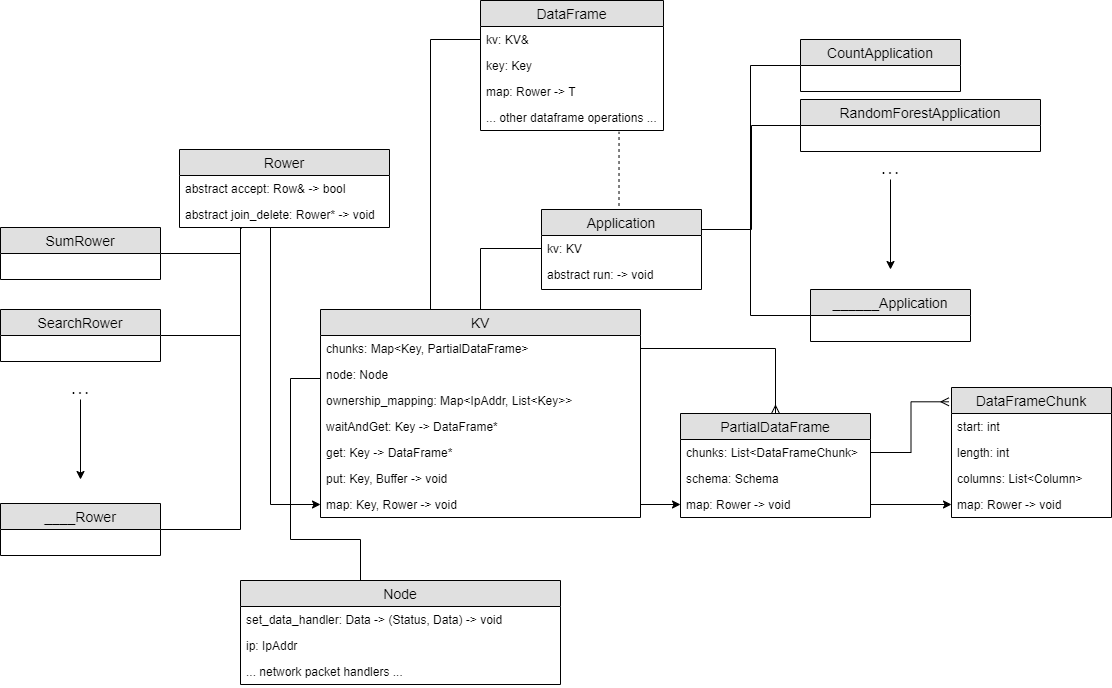
Above: report/diagram.png in grahamwren/cs4500-project (draw.io), before the change. Source tidied: cells renumbered, new cells last; positions are measured from the earlier drawing's top-left corner, leaving out a move shared by most shapes.
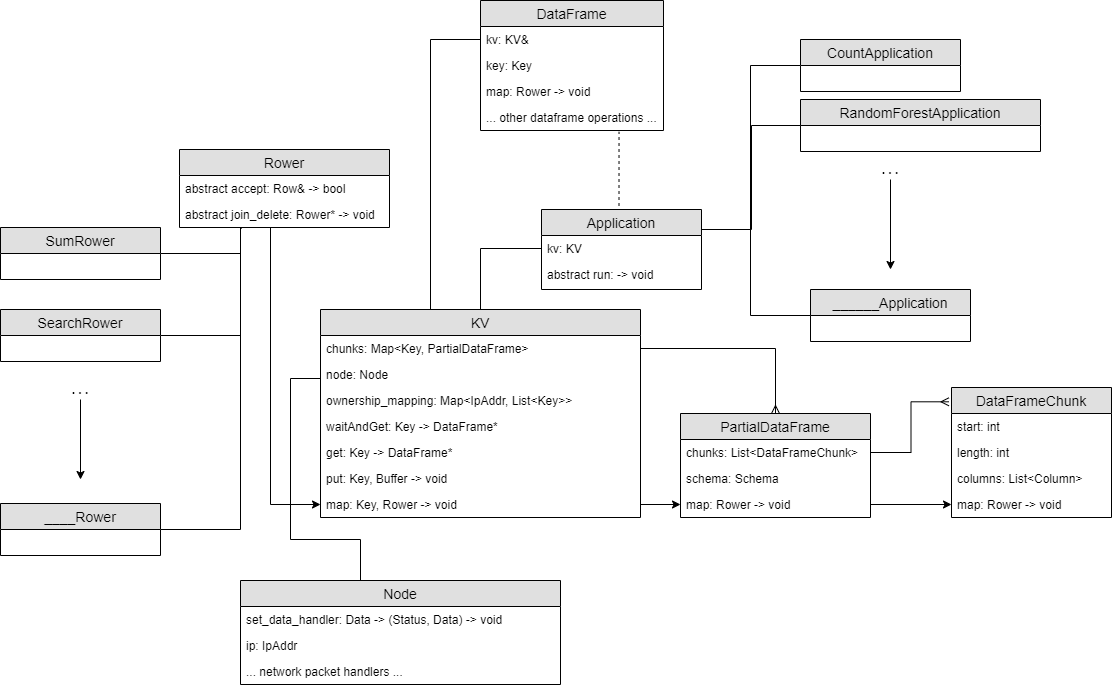
Later version of the same file.

Diff of the diagram source:
```diff
@@ -228,7 +228,7 @@
     <mxCell id="56" value="key: Key" style="text;strokeColor=none;fillColor=none;spacingLeft=4;spacingRight=4;overflow=hidden;fontSize=12;" parent="54" vertex="1">
       <mxGeometry y="52" width="183" height="26" as="geometry" />
     </mxCell>
-    <mxCell id="57" value="map: Rower -&gt; T" style="text;strokeColor=none;fillColor=none;spacingLeft=4;spacingRight=4;overflow=hidden;fontSize=12;" parent="54" vertex="1">
+    <mxCell id="57" value="map: Rower -&gt; void" style="text;strokeColor=none;fillColor=none;spacingLeft=4;spacingRight=4;overflow=hidden;fontSize=12;" parent="54" vertex="1">
       <mxGeometry y="78" width="183" height="26" as="geometry" />
     </mxCell>
     <mxCell id="58" value="... other dataframe operations ..." style="text;strokeColor=none;fillColor=none;spacingLeft=4;spacingRight=4;overflow=hidden;points=[[0,0.5],[1,0.5]];portConstraint=eastwest;fontSize=12;" parent="54" vertex="1">
```
